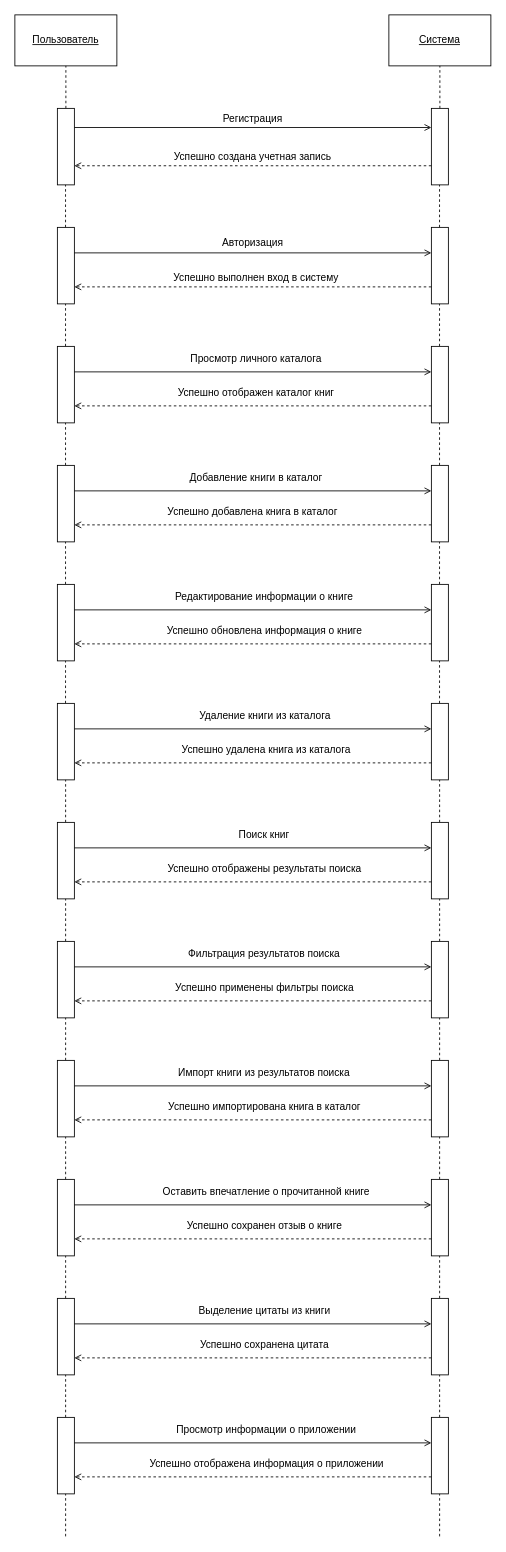
The draw.io diagram page "Страница-1" (1 of 2) of documentation/Диаграмма последовательности.drawio in 3backslashxhtmlqq/ucheb_practice2, before the edit. Source tidied: cells renumbered, new cells numbered last; positions are measured from the earlier drawing's top-left corner, leaving out a move shared by most shapes. Both pictures are drawn from the tidied source at 85%, with x=0, y=0 at pixel (14, 14).
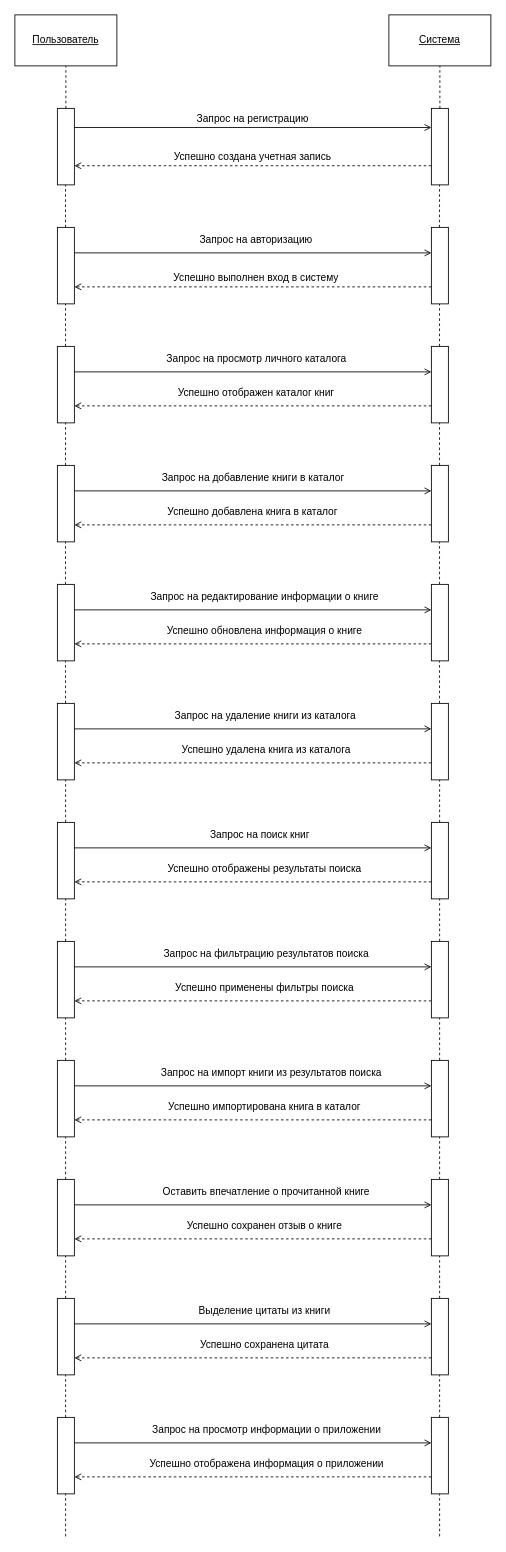
After the change.

Change to the diagram source:
```diff
@@
-    <mxCell id="12" value="Регистрация" style="text;html=1;whiteSpace=wrap;strokeColor=none;fillColor=none;align=center;verticalAlign=middle;rounded=0;" parent="1" vertex="1">
-      <mxGeometry x="250" y="107" width="60" height="30" as="geometry" />
+    <mxCell id="12" value="Запрос на регистрацию" style="text;html=1;whiteSpace=wrap;strokeColor=none;fillColor=none;align=center;verticalAlign=middle;rounded=0;" parent="1" vertex="1">
+      <mxGeometry x="205" y="107" width="150" height="30" as="geometry" />
     </mxCell>
@@
-    <mxCell id="19" value="Авторизация" style="text;html=1;whiteSpace=wrap;strokeColor=none;fillColor=none;align=center;verticalAlign=middle;rounded=0;" parent="1" vertex="1">
-      <mxGeometry x="250" y="253" width="60" height="30" as="geometry" />
+    <mxCell id="19" value="Запрос на авторизацию" style="text;html=1;whiteSpace=wrap;strokeColor=none;fillColor=none;align=center;verticalAlign=middle;rounded=0;" parent="1" vertex="1">
+      <mxGeometry x="214" y="250" width="140" height="30" as="geometry" />
     </mxCell>
@@
-    <mxCell id="28" value="Просмотр личного каталога" style="text;html=1;whiteSpace=wrap;strokeColor=none;fillColor=none;align=center;verticalAlign=middle;rounded=0;" parent="1" vertex="1">
-      <mxGeometry x="199" y="390" width="170" height="30" as="geometry" />
+    <mxCell id="28" value="Запрос на просмотр личного каталога" style="text;html=1;whiteSpace=wrap;strokeColor=none;fillColor=none;align=center;verticalAlign=middle;rounded=0;" parent="1" vertex="1">
+      <mxGeometry x="173.5" y="390" width="221" height="30" as="geometry" />
     </mxCell>
@@
-    <mxCell id="36" value="Добавление книги в каталог" style="text;html=1;whiteSpace=wrap;strokeColor=none;fillColor=none;align=center;verticalAlign=middle;rounded=0;" parent="1" vertex="1">
-      <mxGeometry x="199" y="530" width="170" height="30" as="geometry" />
+    <mxCell id="36" value="Запрос на добавление книги в каталог" style="text;html=1;whiteSpace=wrap;strokeColor=none;fillColor=none;align=center;verticalAlign=middle;rounded=0;" parent="1" vertex="1">
+      <mxGeometry x="164.5" y="530" width="231" height="30" as="geometry" />
     </mxCell>
@@
-    <mxCell id="44" value="Редактирование информации о книге" style="text;html=1;whiteSpace=wrap;strokeColor=none;fillColor=none;align=center;verticalAlign=middle;rounded=0;" parent="1" vertex="1">
-      <mxGeometry x="186" y="670" width="215" height="30" as="geometry" />
+    <mxCell id="44" value="Запрос на редактирование информации о книге" style="text;html=1;whiteSpace=wrap;strokeColor=none;fillColor=none;align=center;verticalAlign=middle;rounded=0;" parent="1" vertex="1">
+      <mxGeometry x="157" y="670" width="274" height="30" as="geometry" />
     </mxCell>
@@
-    <mxCell id="52" value="Удаление книги из каталога" style="text;html=1;whiteSpace=wrap;strokeColor=none;fillColor=none;align=center;verticalAlign=middle;rounded=0;" parent="1" vertex="1">
-      <mxGeometry x="186.5" y="810" width="215" height="30" as="geometry" />
+    <mxCell id="52" value="Запрос на удаление книги из каталога" style="text;html=1;whiteSpace=wrap;strokeColor=none;fillColor=none;align=center;verticalAlign=middle;rounded=0;" parent="1" vertex="1">
+      <mxGeometry x="177.5" y="810" width="233.5" height="30" as="geometry" />
     </mxCell>
@@
-    <mxCell id="60" value="Поиск книг" style="text;html=1;whiteSpace=wrap;strokeColor=none;fillColor=none;align=center;verticalAlign=middle;rounded=0;" parent="1" vertex="1">
-      <mxGeometry x="186" y="950" width="215" height="30" as="geometry" />
+    <mxCell id="60" value="Запрос на поиск книг" style="text;html=1;whiteSpace=wrap;strokeColor=none;fillColor=none;align=center;verticalAlign=middle;rounded=0;" parent="1" vertex="1">
+      <mxGeometry x="180.5" y="950" width="215" height="30" as="geometry" />
     </mxCell>
@@
-    <mxCell id="68" value="Фильтрация результатов поиска" style="text;html=1;whiteSpace=wrap;strokeColor=none;fillColor=none;align=center;verticalAlign=middle;rounded=0;" parent="1" vertex="1">
-      <mxGeometry x="186" y="1090" width="215" height="30" as="geometry" />
+    <mxCell id="68" value="Запрос на фильтрацию результатов поиска" style="text;html=1;whiteSpace=wrap;strokeColor=none;fillColor=none;align=center;verticalAlign=middle;rounded=0;" parent="1" vertex="1">
+      <mxGeometry x="159" y="1090" width="274" height="30" as="geometry" />
     </mxCell>
@@
-    <mxCell id="76" value="Импорт книги из результатов поиска" style="text;html=1;whiteSpace=wrap;strokeColor=none;fillColor=none;align=center;verticalAlign=middle;rounded=0;" parent="1" vertex="1">
-      <mxGeometry x="186" y="1230" width="215" height="30" as="geometry" />
+    <mxCell id="76" value="Запрос на импорт книги из результатов поиска" style="text;html=1;whiteSpace=wrap;strokeColor=none;fillColor=none;align=center;verticalAlign=middle;rounded=0;" parent="1" vertex="1">
+      <mxGeometry x="164.5" y="1230" width="274" height="30" as="geometry" />
     </mxCell>
@@
-    <mxCell id="100" value="Просмотр информации о приложении" style="text;html=1;whiteSpace=wrap;strokeColor=none;fillColor=none;align=center;verticalAlign=middle;rounded=0;" parent="1" vertex="1">
-      <mxGeometry x="169.2" y="1650" width="253.5" height="30" as="geometry" />
+    <mxCell id="100" value="Запрос на просмотр информации о приложении" style="text;html=1;whiteSpace=wrap;strokeColor=none;fillColor=none;align=center;verticalAlign=middle;rounded=0;" parent="1" vertex="1">
+      <mxGeometry x="150.6" y="1650" width="290.8" height="30" as="geometry" />
     </mxCell>
```
